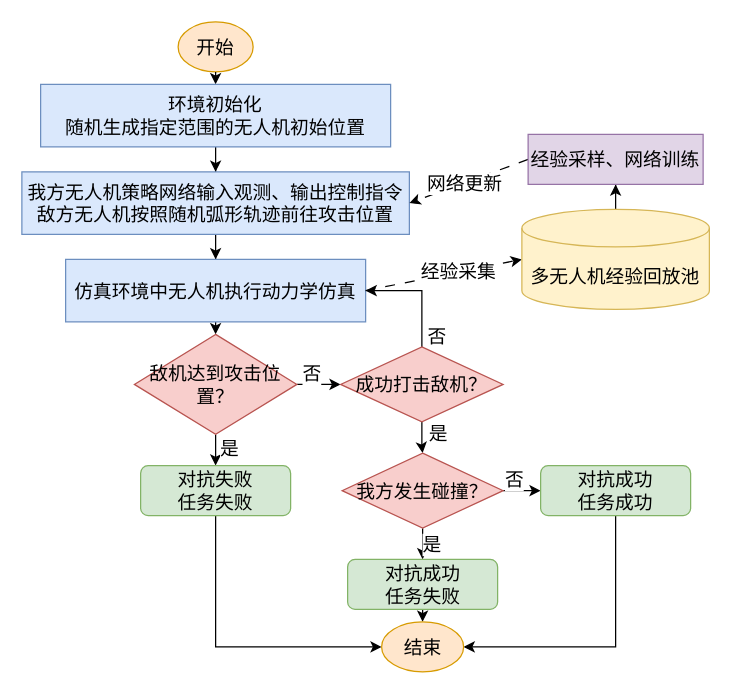
This is 绘图保留/仿真流程.drawio from super-NOV-a/drawio, a draw.io file, before an edit. Source tidied: cells renumbered, new cells numbered last; positions are measured from the earlier drawing's top-left corner, leaving out a move shared by most shapes. Both pictures are drawn from the tidied source at 125%, with x=0, y=0 at pixel (21, 21).
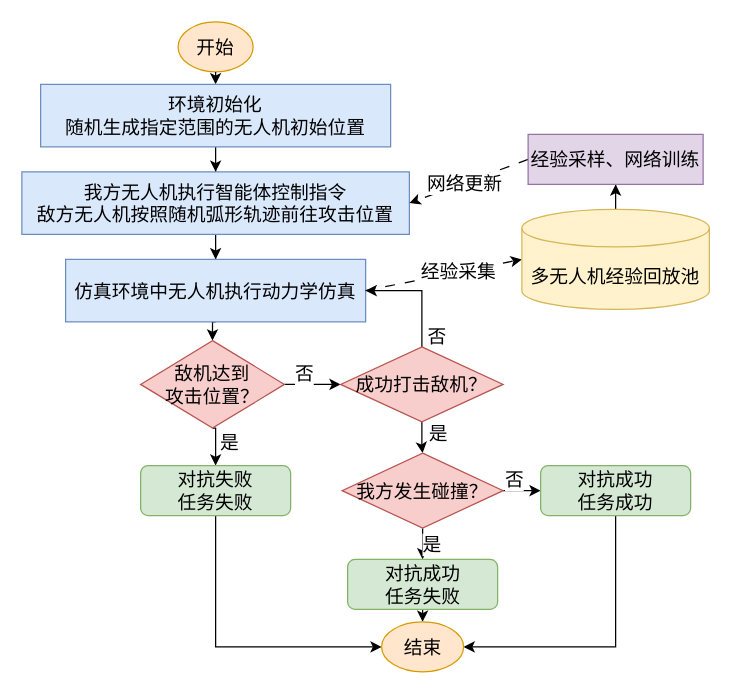
Above is the later version.

Commit message:
更新仿真流程.drawio

The edit, as a diff of the source:
```diff
@@
-    <mxCell id="7" value="我方无人机策略网络输入观测、输出控制指令&lt;div style=&quot;font-size: 15px;&quot;&gt;&lt;/div&gt;&lt;div style=&quot;font-size: 15px;&quot;&gt;敌方无人机按照随机弧形轨迹前往攻击位置&lt;/div&gt;" style="rounded=0;whiteSpace=wrap;html=1;fillColor=#dae8fc;strokeColor=#6c8ebf;fontSize=15;" parent="1" vertex="1">
+    <mxCell id="7" value="我方无人机执行智能体控制指令&lt;div style=&quot;font-size: 15px;&quot;&gt;&lt;/div&gt;&lt;div style=&quot;font-size: 15px;&quot;&gt;敌方无人机按照随机弧形轨迹前往攻击位置&lt;/div&gt;" style="rounded=0;whiteSpace=wrap;html=1;fillColor=#dae8fc;strokeColor=#6c8ebf;fontSize=15;" parent="1" vertex="1">
       <mxGeometry y="120" width="310" height="50" as="geometry" />
     </mxCell>
@@
-    <mxCell id="14" value="敌机达到攻击位置？" style="rhombus;whiteSpace=wrap;html=1;fillColor=#f8cecc;strokeColor=#b85450;fontSize=15;" parent="1" vertex="1">
-      <mxGeometry x="90" y="250" width="130" height="80" as="geometry" />
+    <mxCell id="14" value="&lt;div&gt;敌机达到&lt;/div&gt;&lt;div&gt;攻击位置？&lt;/div&gt;" style="rhombus;whiteSpace=wrap;html=1;fillColor=#f8cecc;strokeColor=#b85450;fontSize=15;" parent="1" vertex="1">
+      <mxGeometry x="95" y="255" width="115" height="70" as="geometry" />
     </mxCell>
```
